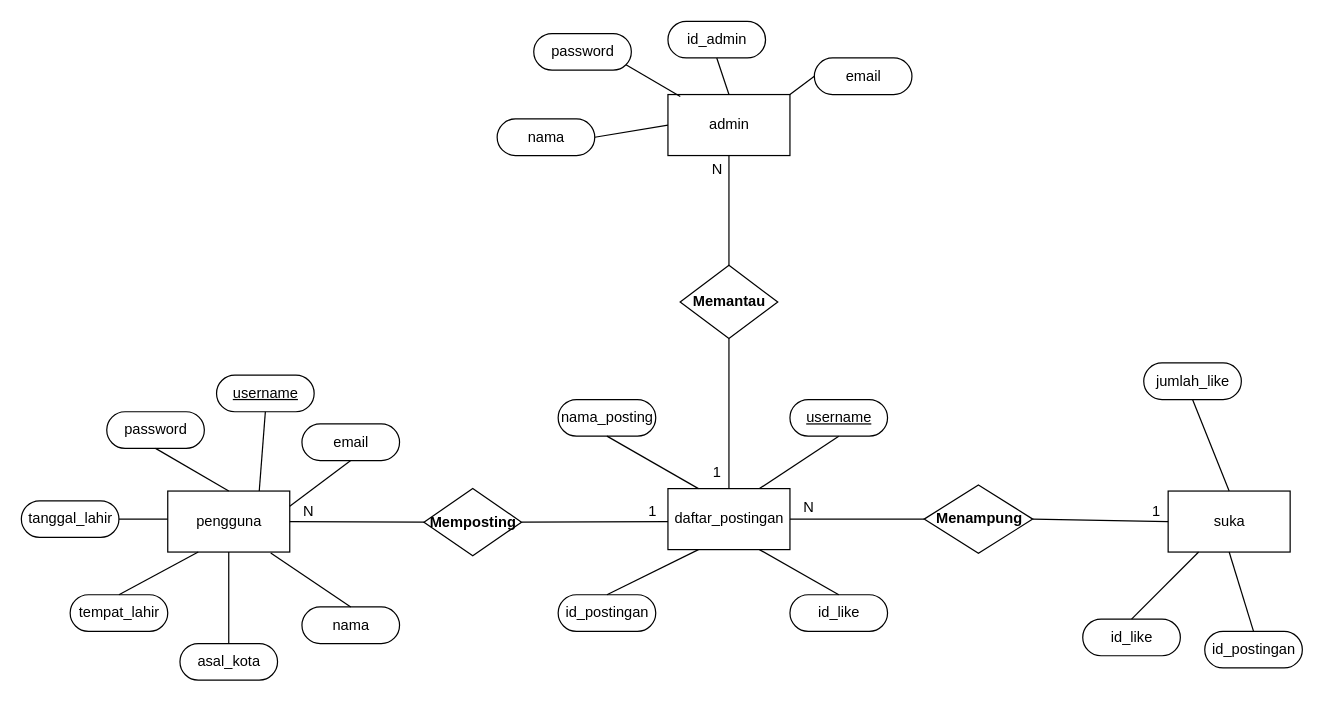
This is erd food diary.drawio from j3c118131/RPL, a draw.io file, before an edit. Source tidied: cells renumbered, new cells numbered last; positions are measured from the earlier drawing's top-left corner, leaving out a move shared by most shapes. Both pictures are drawn from the tidied source at 122%, with x=0, y=0 at pixel (21, 21).
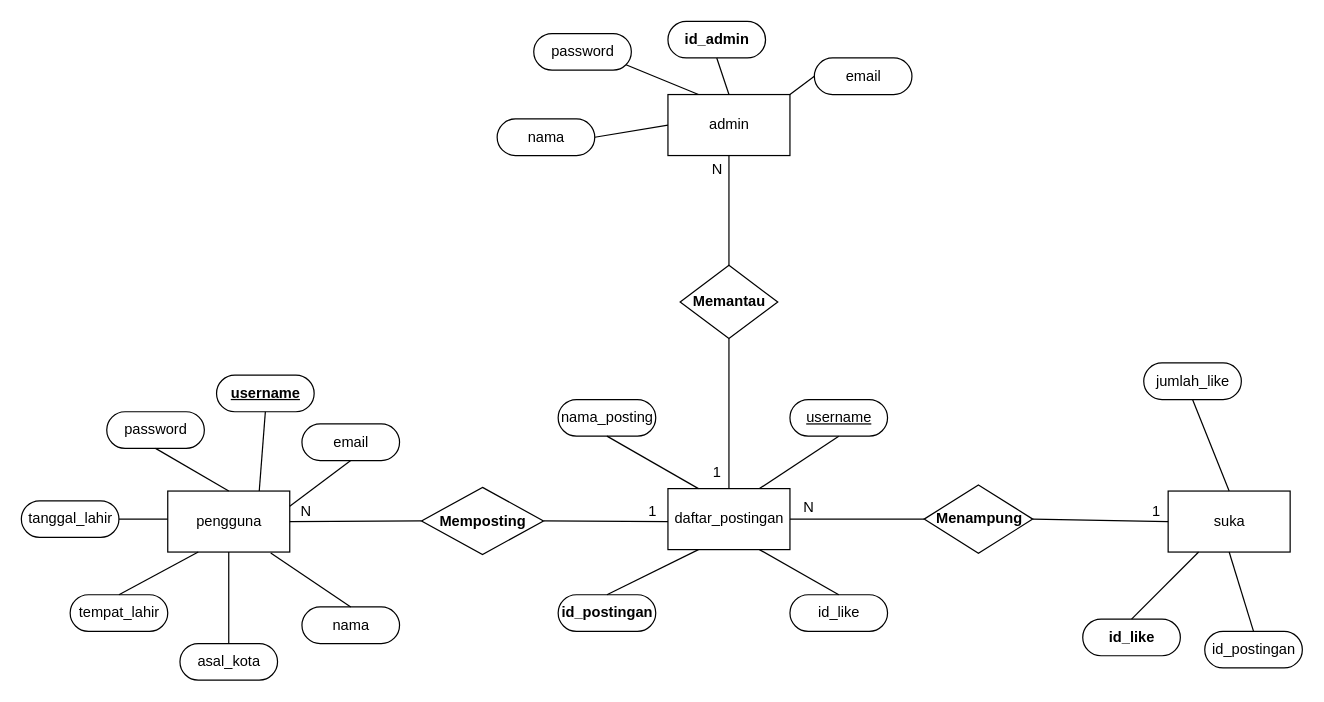
Above is the later version.

Unchanged cells that the change refers to:
```xml
<mxCell id="5" value="admin" style="html=1;dashed=0;whitespace=wrap;" parent="1" vertex="1">
  <mxGeometry x="530" y="60" width="100" height="50" as="geometry" />
</mxCell>
<mxCell id="34" value="password" style="html=1;dashed=0;whitespace=wrap;shape=mxgraph.dfd.start;" parent="1" vertex="1">
  <mxGeometry x="420" y="10" width="80" height="30" as="geometry" />
</mxCell>
```

What changed in the source:
```diff
@@
     <mxCell id="6" value="&lt;b&gt;Memposting&lt;/b&gt;" style="shape=rhombus;html=1;dashed=0;whitespace=wrap;perimeter=rhombusPerimeter;" parent="1" vertex="1">
-      <mxGeometry x="330" y="383" width="80" height="55" as="geometry" />
+      <mxGeometry x="328" y="382" width="100" height="55" as="geometry" />
     </mxCell>
@@
-    <mxCell id="21" value="&lt;u&gt;username&lt;/u&gt;" style="html=1;dashed=0;whitespace=wrap;shape=mxgraph.dfd.start;" parent="1" vertex="1">
+    <mxCell id="21" value="&lt;u&gt;username&lt;/u&gt;" style="html=1;dashed=0;whitespace=wrap;shape=mxgraph.dfd.start;fontStyle=1;" parent="1" vertex="1">
       <mxGeometry x="160" y="290" width="80" height="30" as="geometry" />
     </mxCell>
@@
-    <mxCell id="26" value="id_postingan" style="html=1;dashed=0;whitespace=wrap;shape=mxgraph.dfd.start;" parent="1" vertex="1">
+    <mxCell id="26" value="id_postingan" style="html=1;dashed=0;whitespace=wrap;shape=mxgraph.dfd.start;fontStyle=1;" parent="1" vertex="1">
       <mxGeometry x="440" y="470" width="80" height="30" as="geometry" />
     </mxCell>
@@
-    <mxCell id="30" value="id_like" style="html=1;dashed=0;whitespace=wrap;shape=mxgraph.dfd.start;" parent="1" vertex="1">
+    <mxCell id="30" value="id_like" style="html=1;dashed=0;whitespace=wrap;shape=mxgraph.dfd.start;fontStyle=1;" parent="1" vertex="1">
       <mxGeometry x="870" y="490" width="80" height="30" as="geometry" />
     </mxCell>
@@
-    <mxCell id="33" value="id_admin" style="html=1;dashed=0;whitespace=wrap;shape=mxgraph.dfd.start;" parent="1" vertex="1">
+    <mxCell id="33" value="id_admin" style="html=1;dashed=0;whitespace=wrap;shape=mxgraph.dfd.start;fontStyle=1;" parent="1" vertex="1">
       <mxGeometry x="530" width="80" height="30" as="geometry" />
     </mxCell>
@@
-    <mxCell id="38" style="endArrow=none;html=1;rounded=0;exitX=0;exitY=0;exitDx=75.605;exitDy=25.605000000000004;exitPerimeter=0;entryX=0.101;entryY=0.031;entryDx=0;entryDy=0;entryPerimeter=0;" parent="1" edge="1" source="34" target="5">
+    <mxCell id="38" style="endArrow=none;html=1;rounded=0;exitX=0;exitY=0;exitDx=75.605;exitDy=25.605000000000004;exitPerimeter=0;entryX=0.25;entryY=0;entryDx=0;entryDy=0;" parent="1" edge="1" source="34" target="5">
       <mxGeometry relative="1" as="geometry" />
     </mxCell>
```
